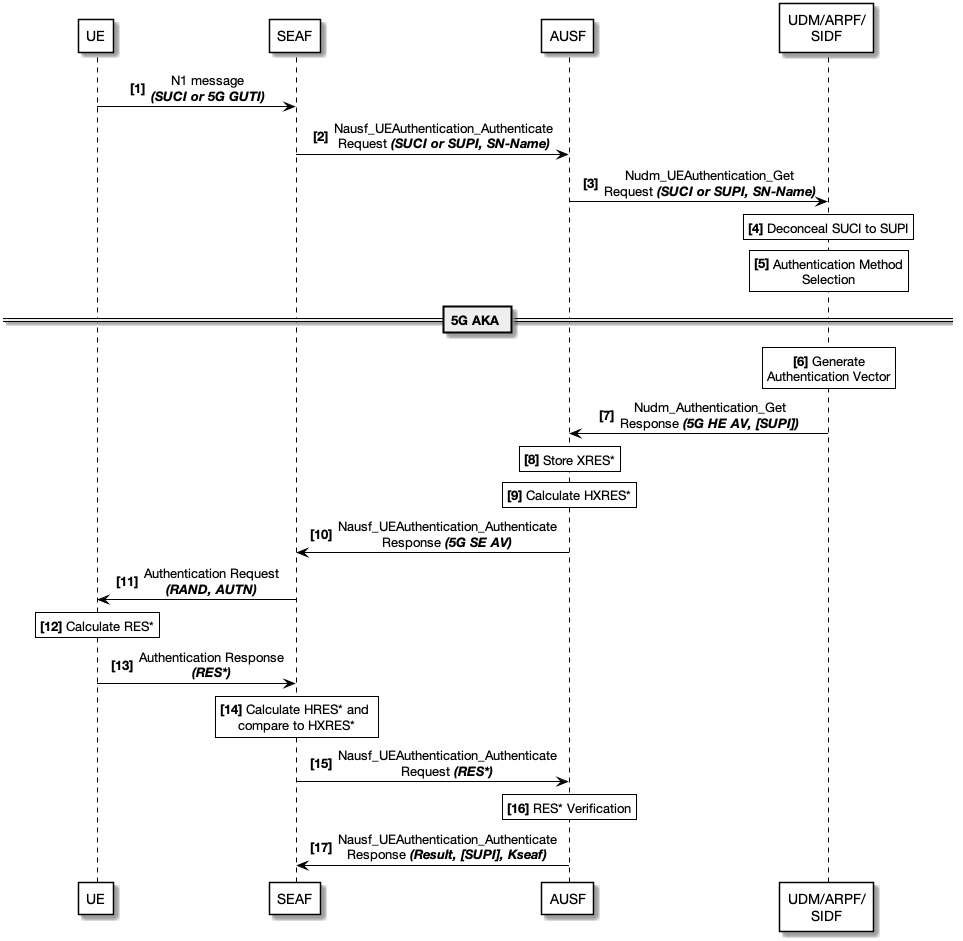
Before: Paper/uml/protocol_v1.png, a diagram exported from PlantUML (rbroesamle/5G-AKA-Protocol).
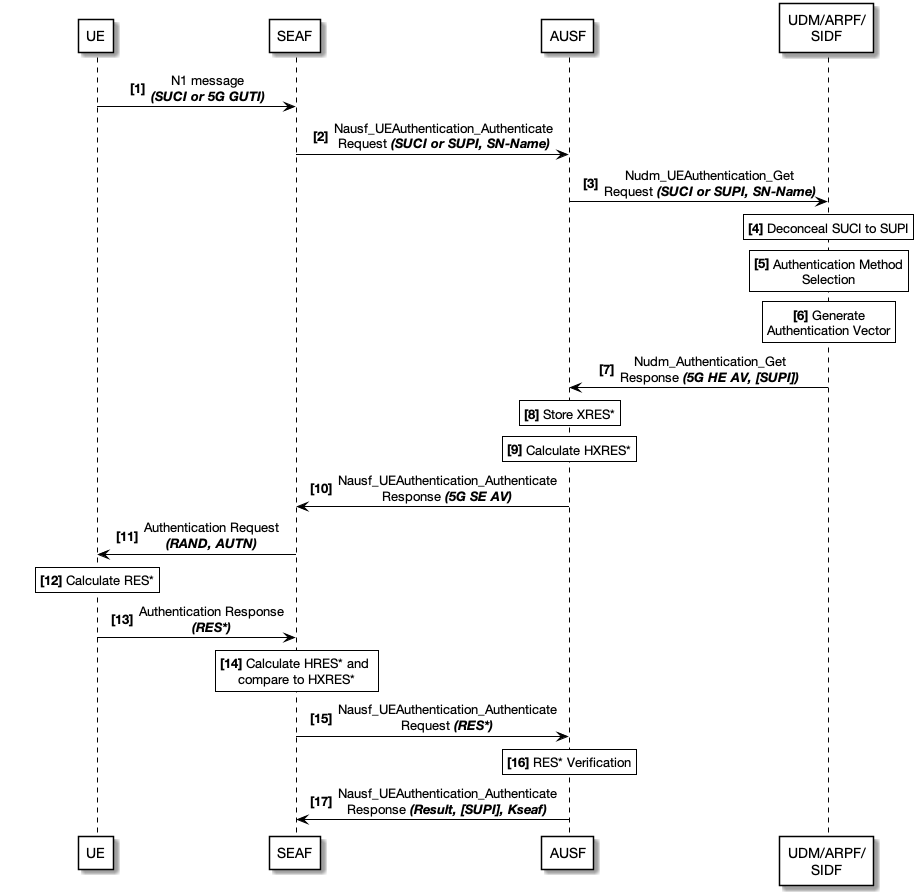
Later version of the same file.

What changed in the source:
```diff
@@ -39,8 +39,6 @@
 **[5]** Authentication Method
 Selection
 end note
-
-== 5G AKA ==
 
 rnote <<note>> over UDM
 **[6]** Generate
```
